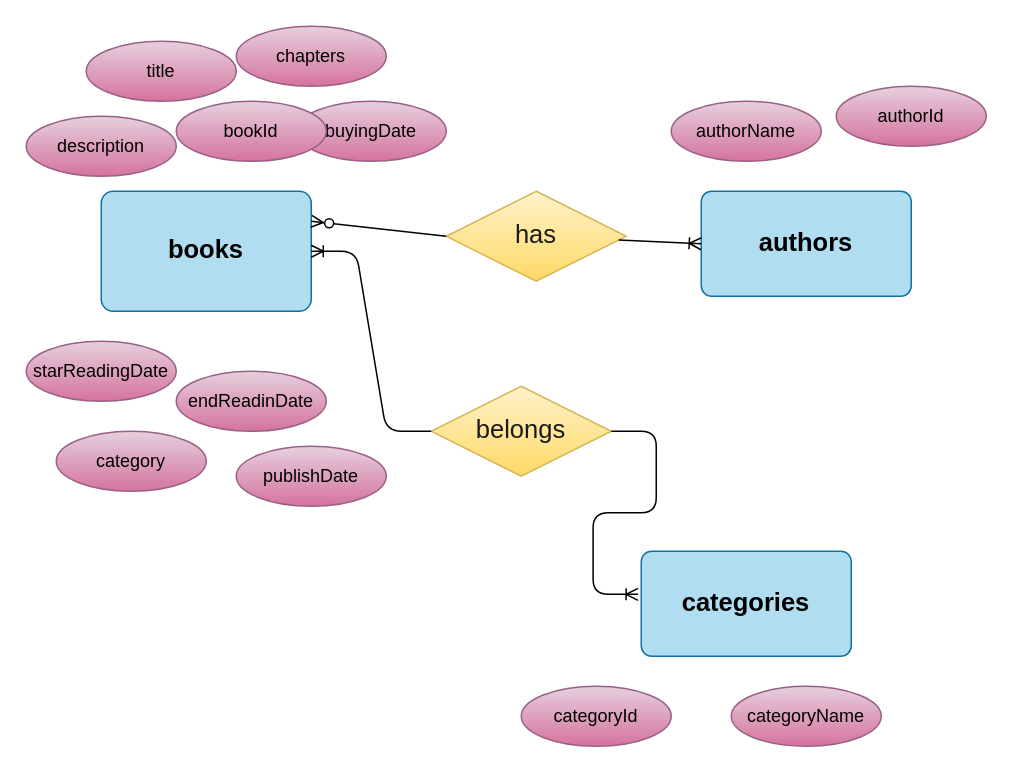
Above: Shahpar/bookER.drawio in ShahparShabani/FE21-DBDev-MySql-DAY1-Laura-Shahpar (draw.io), before the change. Source tidied: cells renumbered, new cells numbered last; positions are measured from the earlier drawing's top-left corner, leaving out a move shared by most shapes. Both pictures are drawn from the tidied source at 150%, with x=0, y=0 at pixel (26, 26).
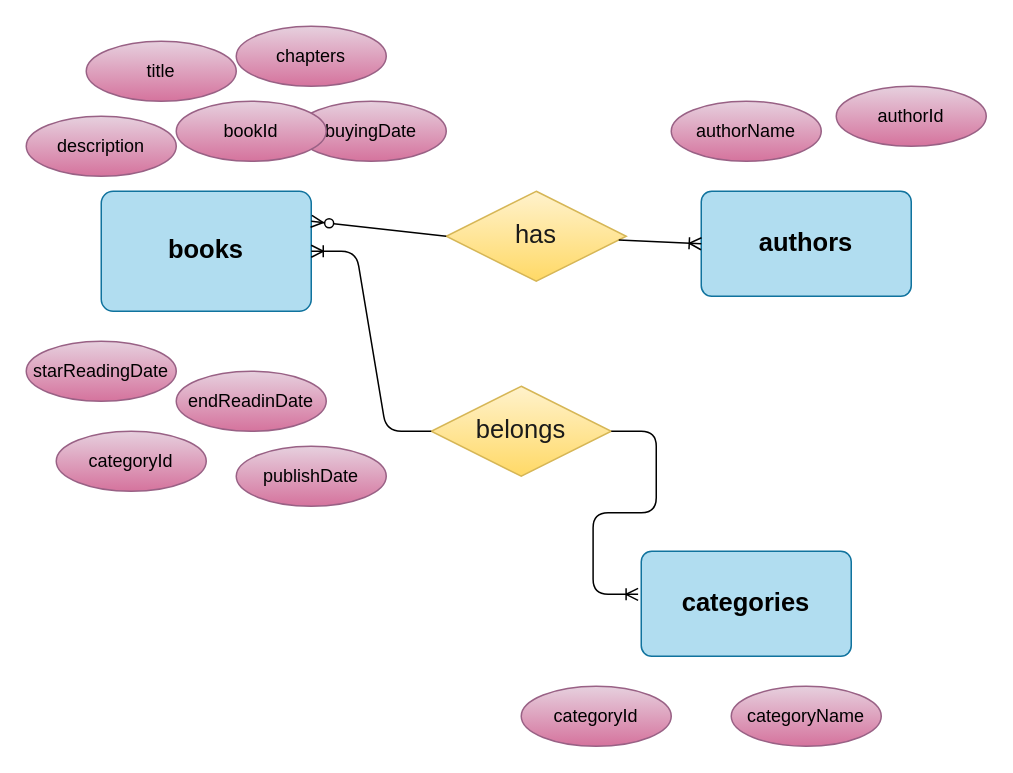
Above is the later version.

Change to the diagram source:
```diff
@@
-    <mxCell id="14" value="&lt;font color=&quot;#000000&quot;&gt;category&lt;br&gt;&lt;/font&gt;" style="ellipse;whiteSpace=wrap;html=1;align=center;fillColor=#e6d0de;strokeColor=#996185;gradientColor=#d5739d;fontColor=#333333;" parent="1" vertex="1">
+    <mxCell id="14" value="&lt;font color=&quot;#000000&quot;&gt;categoryId&lt;br&gt;&lt;/font&gt;" style="ellipse;whiteSpace=wrap;html=1;align=center;fillColor=#e6d0de;strokeColor=#996185;gradientColor=#d5739d;fontColor=#333333;" parent="1" vertex="1">
       <mxGeometry x="20" y="270" width="100" height="40" as="geometry" />
     </mxCell>
```
